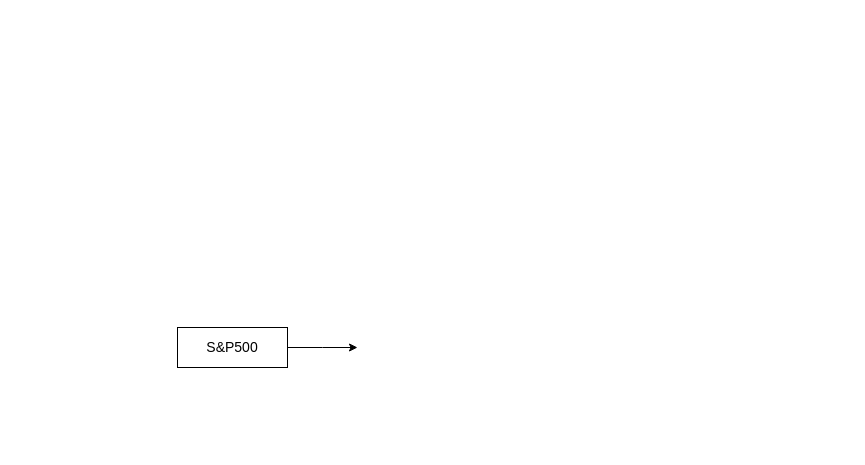
Criistiialm/PlatziBlog keeps this draw.io diagram as Diagrama sin título.drawio. Above is the earlier version. Source tidied: cells renumbered, new cells numbered last; positions are measured from the earlier drawing's top-left corner, leaving out a move shared by most shapes. Both pictures are drawn from the tidied source at 100%, with x=0, y=0 at pixel (177, 327).
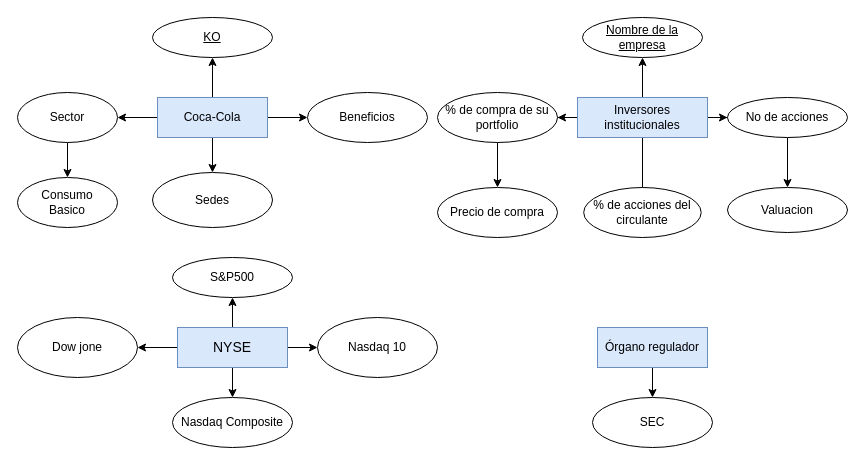
Above is the later version.

The edit, as a diff of the source:
```diff
@@
-    <mxCell id="2" style="edgeStyle=orthogonalEdgeStyle;rounded=0;jettySize=auto;html=1;" parent="1" edge="1" source="3">
-      <mxGeometry relative="1" as="geometry">
-        <mxPoint x="180" y="20" as="targetPoint" />
-      </mxGeometry>
-    </mxCell>
+    <mxCell id="4" style="edgeStyle=orthogonalEdgeStyle;rounded=0;jettySize=auto;html=1;" parent="1" edge="1" source="3" target="35">
+      <mxGeometry relative="1" as="geometry" />
+    </mxCell>
+    <mxCell id="5" style="edgeStyle=orthogonalEdgeStyle;rounded=0;jettySize=auto;html=1;" parent="1" edge="1" source="3" target="37">
+      <mxGeometry relative="1" as="geometry" />
+    </mxCell>
+    <mxCell id="6" style="edgeStyle=orthogonalEdgeStyle;rounded=0;jettySize=auto;html=1;" parent="1" edge="1" source="3" target="36">
+      <mxGeometry relative="1" as="geometry" />
+    </mxCell>
+    <mxCell id="7" style="edgeStyle=orthogonalEdgeStyle;rounded=0;jettySize=auto;html=1;" parent="1" edge="1" source="3" target="38">
+      <mxGeometry relative="1" as="geometry" />
+    </mxCell>
-    <mxCell id="3" value="&lt;font style=&quot;font-size: 14px;&quot;&gt;S&amp;amp;P500&lt;br&gt;&lt;/font&gt;" style="rounded=0;whiteSpace=wrap;html=1;" parent="1" vertex="1">
+    <mxCell id="3" value="&lt;font style=&quot;font-size: 14px;&quot;&gt;NYSE&lt;br&gt;&lt;/font&gt;" style="rounded=0;whiteSpace=wrap;html=1;fillColor=#dae8fc;strokeColor=#6c8ebf;" parent="1" vertex="1">
       <mxGeometry width="110" height="40" as="geometry" />
     </mxCell>
+    <mxCell id="8" style="edgeStyle=orthogonalEdgeStyle;rounded=0;jettySize=auto;html=1;" parent="1" edge="1" source="12" target="21">
+      <mxGeometry relative="1" as="geometry" />
+    </mxCell>
+    <mxCell id="9" style="edgeStyle=orthogonalEdgeStyle;rounded=0;jettySize=auto;html=1;" parent="1" edge="1" source="12" target="23">
+      <mxGeometry relative="1" as="geometry" />
+    </mxCell>
+    <mxCell id="10" style="edgeStyle=orthogonalEdgeStyle;rounded=0;jettySize=auto;html=1;" parent="1" edge="1" source="12" target="26">
+      <mxGeometry relative="1" as="geometry" />
+    </mxCell>
+    <mxCell id="11" style="edgeStyle=orthogonalEdgeStyle;rounded=0;jettySize=auto;html=1;" parent="1" edge="1" source="12" target="25">
+      <mxGeometry relative="1" as="geometry" />
+    </mxCell>
+    <mxCell id="12" value="Coca-Cola" style="rounded=0;whiteSpace=wrap;html=1;fillColor=#dae8fc;strokeColor=#6c8ebf;" parent="1" vertex="1">
+      <mxGeometry x="-20" y="-230" width="110" height="40" as="geometry" />
+    </mxCell>
+    <mxCell id="13" style="edgeStyle=orthogonalEdgeStyle;rounded=0;jettySize=auto;html=1;" parent="1" edge="1" source="14" target="39">
+      <mxGeometry relative="1" as="geometry" />
+    </mxCell>
+    <mxCell id="14" value="Órgano regulador" style="rounded=0;whiteSpace=wrap;html=1;fillColor=#dae8fc;strokeColor=#6c8ebf;" parent="1" vertex="1">
+      <mxGeometry x="420" width="110" height="40" as="geometry" />
+    </mxCell>
+    <mxCell id="15" style="edgeStyle=orthogonalEdgeStyle;rounded=0;jettySize=auto;html=1;" parent="1" edge="1" source="19" target="27">
+      <mxGeometry relative="1" as="geometry" />
+    </mxCell>
+    <mxCell id="16" style="edgeStyle=orthogonalEdgeStyle;rounded=0;jettySize=auto;html=1;" parent="1" edge="1" source="19" target="29">
+      <mxGeometry relative="1" as="geometry" />
+    </mxCell>
+    <mxCell id="17" style="edgeStyle=orthogonalEdgeStyle;rounded=0;jettySize=auto;html=1;" parent="1" edge="1" source="19">
+      <mxGeometry relative="1" as="geometry">
+        <mxPoint x="465" y="-90" as="targetPoint" />
+      </mxGeometry>
+    </mxCell>
+    <mxCell id="18" style="edgeStyle=orthogonalEdgeStyle;rounded=0;jettySize=auto;html=1;" parent="1" edge="1" source="19" target="32">
+      <mxGeometry relative="1" as="geometry" />
+    </mxCell>
+    <mxCell id="19" value="Inversores institucionales" style="whiteSpace=wrap;html=1;fillColor=#dae8fc;strokeColor=#6c8ebf;rounded=0;" parent="1" vertex="1">
+      <mxGeometry x="400" y="-230" width="130" height="40" as="geometry" />
+    </mxCell>
+    <mxCell id="20" style="edgeStyle=orthogonalEdgeStyle;rounded=0;orthogonalLoop=1;jettySize=auto;html=1;exitX=0.5;exitY=1;exitDx=0;exitDy=0;" parent="1" edge="1" source="19" target="19">
+      <mxGeometry relative="1" as="geometry" />
+    </mxCell>
+    <mxCell id="21" value="&lt;u&gt;KO&lt;/u&gt;" style="ellipse;whiteSpace=wrap;html=1;" parent="1" vertex="1">
+      <mxGeometry x="-25" y="-310" width="120" height="40" as="geometry" />
+    </mxCell>
+    <mxCell id="22" style="edgeStyle=orthogonalEdgeStyle;rounded=0;jettySize=auto;html=1;" parent="1" edge="1" source="23" target="24">
+      <mxGeometry relative="1" as="geometry" />
+    </mxCell>
+    <mxCell id="23" value="Sector&lt;br&gt;" style="ellipse;whiteSpace=wrap;html=1;" parent="1" vertex="1">
+      <mxGeometry x="-160" y="-235" width="100" height="50" as="geometry" />
+    </mxCell>
+    <mxCell id="24" value="Consumo&lt;br&gt;Basico" style="ellipse;whiteSpace=wrap;html=1;" parent="1" vertex="1">
+      <mxGeometry x="-160" y="-150" width="100" height="50" as="geometry" />
+    </mxCell>
+    <mxCell id="25" value="Beneficios" style="ellipse;whiteSpace=wrap;html=1;" parent="1" vertex="1">
+      <mxGeometry x="130" y="-235" width="120" height="50" as="geometry" />
+    </mxCell>
+    <mxCell id="26" value="Sedes" style="ellipse;whiteSpace=wrap;html=1;" parent="1" vertex="1">
+      <mxGeometry x="-25" y="-155" width="120" height="55" as="geometry" />
+    </mxCell>
+    <mxCell id="27" value="&lt;u&gt;Nombre de la empresa&lt;/u&gt;" style="ellipse;whiteSpace=wrap;html=1;" parent="1" vertex="1">
+      <mxGeometry x="405" y="-310" width="120" height="40" as="geometry" />
+    </mxCell>
+    <mxCell id="28" style="edgeStyle=orthogonalEdgeStyle;rounded=0;jettySize=auto;html=1;" parent="1" edge="1" source="29" target="34">
+      <mxGeometry relative="1" as="geometry" />
+    </mxCell>
+    <mxCell id="29" value="No de acciones" style="ellipse;whiteSpace=wrap;html=1;" parent="1" vertex="1">
+      <mxGeometry x="550" y="-230" width="120" height="40" as="geometry" />
+    </mxCell>
+    <mxCell id="30" value="% de acciones del circulante" style="ellipse;whiteSpace=wrap;html=1;" parent="1" vertex="1">
+      <mxGeometry x="406.2" y="-140" width="117.5" height="50" as="geometry" />
+    </mxCell>
+    <mxCell id="31" style="edgeStyle=orthogonalEdgeStyle;rounded=0;jettySize=auto;html=1;" parent="1" edge="1" source="32" target="33">
+      <mxGeometry relative="1" as="geometry" />
+    </mxCell>
+    <mxCell id="32" value="% de compra de su portfolio" style="ellipse;whiteSpace=wrap;html=1;" parent="1" vertex="1">
+      <mxGeometry x="260" y="-235" width="120" height="50" as="geometry" />
+    </mxCell>
+    <mxCell id="33" value="Precio de compra" style="ellipse;whiteSpace=wrap;html=1;" parent="1" vertex="1">
+      <mxGeometry x="260" y="-140" width="120" height="50" as="geometry" />
+    </mxCell>
+    <mxCell id="34" value="Valuacion&lt;br&gt;" style="ellipse;whiteSpace=wrap;html=1;" parent="1" vertex="1">
+      <mxGeometry x="550" y="-140" width="120" height="45" as="geometry" />
+    </mxCell>
+    <mxCell id="35" value="S&amp;amp;P500&lt;br&gt;" style="ellipse;whiteSpace=wrap;html=1;" parent="1" vertex="1">
+      <mxGeometry x="-5" y="-70" width="120" height="40" as="geometry" />
+    </mxCell>
+    <mxCell id="36" value="Dow jone" style="ellipse;whiteSpace=wrap;html=1;" parent="1" vertex="1">
+      <mxGeometry x="-160" y="-10" width="120" height="60" as="geometry" />
+    </mxCell>
+    <mxCell id="37" value="Nasdaq 10" style="ellipse;whiteSpace=wrap;html=1;" parent="1" vertex="1">
+      <mxGeometry x="140" y="-10" width="120" height="60" as="geometry" />
+    </mxCell>
+    <mxCell id="38" value="Nasdaq Composite&lt;br&gt;" style="ellipse;whiteSpace=wrap;html=1;" parent="1" vertex="1">
+      <mxGeometry x="-5" y="70" width="120" height="50" as="geometry" />
+    </mxCell>
+    <mxCell id="39" value="SEC" style="ellipse;whiteSpace=wrap;html=1;" parent="1" vertex="1">
+      <mxGeometry x="415" y="70" width="120" height="50" as="geometry" />
+    </mxCell>
```
